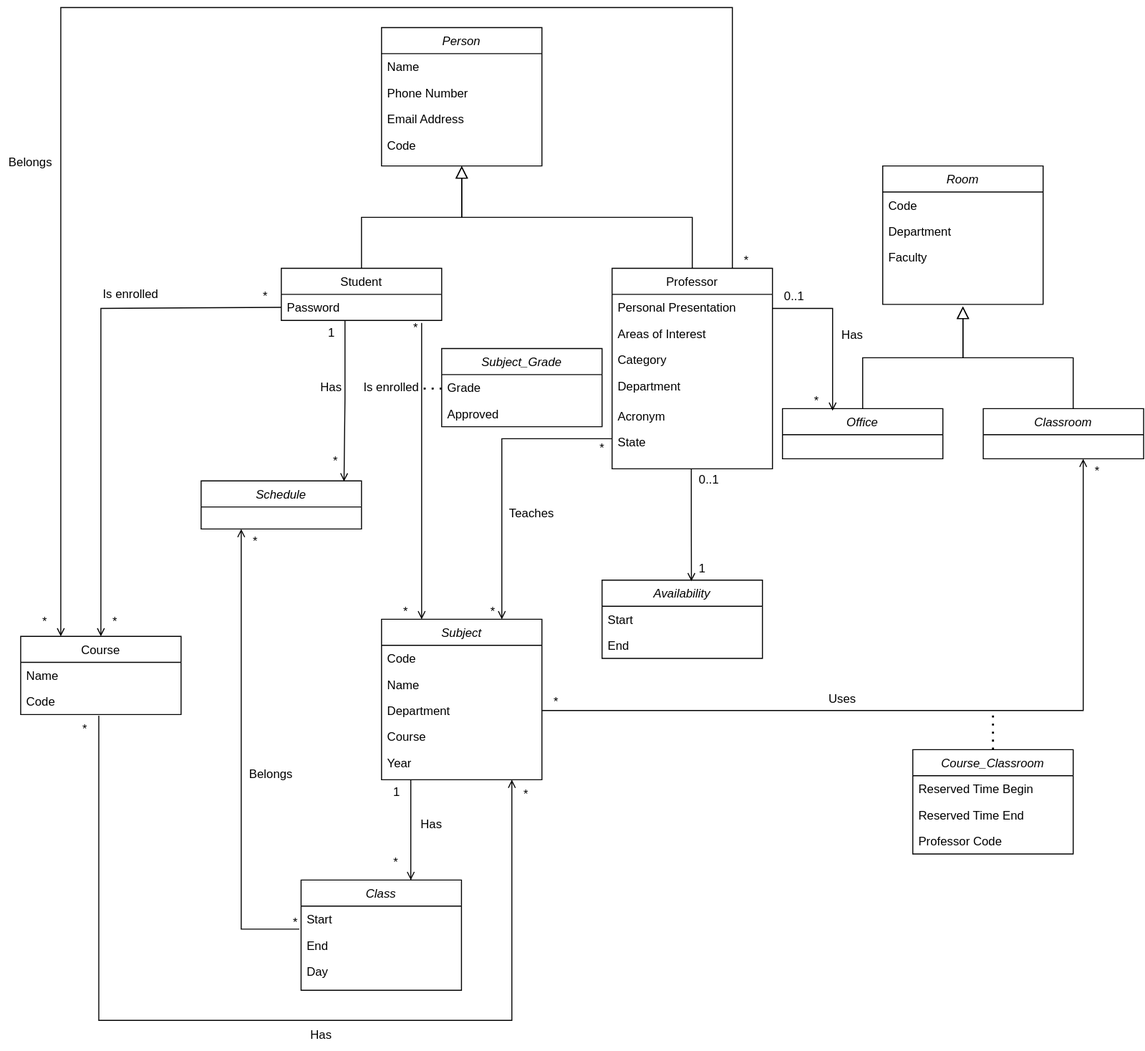
LEIC-ES-2021-22/2LEIC15T1 keeps this draw.io diagram as docs/diagrams/SigarraIO_UML.svg. Above is the earlier version. Source tidied: cells renumbered, new cells last; positions are measured from the earlier drawing's top-left corner, leaving out a move shared by most shapes.
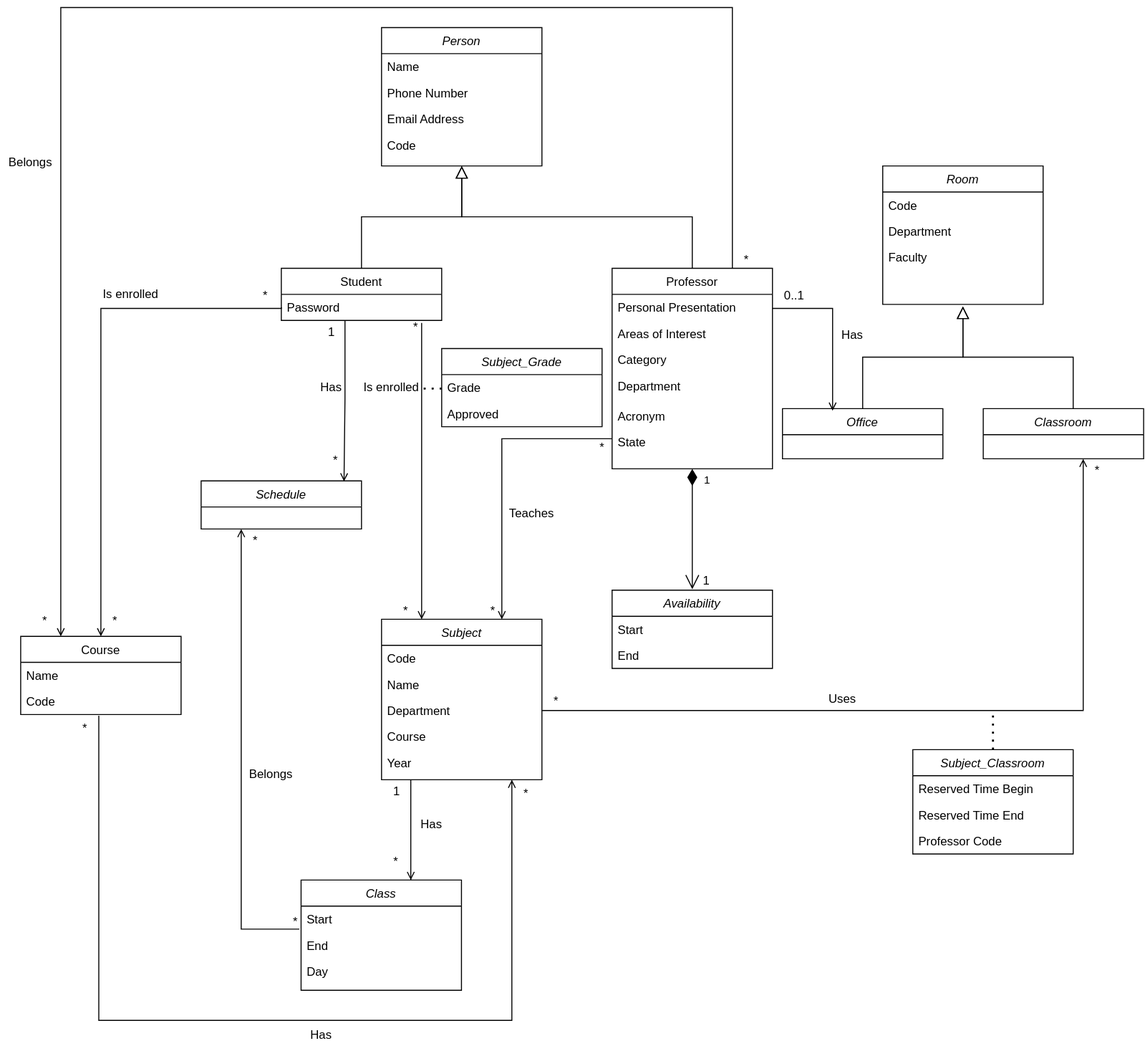
After the change.

Diff of the diagram source:
```diff
@@ -122,7 +122,7 @@
         <mxPoint x="1020" y="720" as="targetPoint" />
       </mxGeometry>
     </mxCell>
-    <mxCell id="34" value="Course_Classroom" style="swimlane;fontStyle=2;align=center;verticalAlign=top;horizontal=1;startSize=26;rounded=0;shadow=0;strokeWidth=1;glass=0;" parent="1" vertex="1">
+    <mxCell id="34" value="Subject_Classroom" style="swimlane;fontStyle=2;align=center;verticalAlign=top;horizontal=1;startSize=26;rounded=0;shadow=0;strokeWidth=1;glass=0;" parent="1" vertex="1">
       <mxGeometry x="940" y="760" width="160" height="104" as="geometry" />
     </mxCell>
     <mxCell id="35" value="Reserved Time Begin&#10;" style="text;align=left;verticalAlign=top;spacingLeft=4;spacingRight=4;overflow=hidden;" parent="34" vertex="1">
@@ -138,7 +138,7 @@
       <mxGeometry x="540" y="810" as="geometry" />
     </mxCell>
     <mxCell id="39" value="Availability" style="swimlane;fontStyle=2;align=center;verticalAlign=top;horizontal=1;startSize=26;rounded=0;shadow=0;strokeWidth=1;" parent="1" vertex="1">
-      <mxGeometry x="630" y="591" width="160" height="78" as="geometry" />
+      <mxGeometry x="640" y="601" width="160" height="78" as="geometry" />
     </mxCell>
     <mxCell id="40" value="Start " style="text;align=left;verticalAlign=top;spacingLeft=4;spacingRight=4;overflow=hidden;" parent="39" vertex="1">
       <mxGeometry y="26" width="160" height="26" as="geometry" />
@@ -146,17 +146,6 @@
     <mxCell id="41" value="End" style="text;align=left;verticalAlign=top;spacingLeft=4;spacingRight=4;overflow=hidden;" parent="39" vertex="1">
       <mxGeometry y="52" width="160" height="26" as="geometry" />
     </mxCell>
-    <mxCell id="42" style="endArrow=open;shadow=0;strokeWidth=1;rounded=0;endFill=1;edgeStyle=elbowEdgeStyle;elbow=vertical;entryX=0.557;entryY=0.013;entryDx=0;entryDy=0;entryPerimeter=0;" parent="1" edge="1" target="39">
-      <mxGeometry x="0.5" y="41" relative="1" as="geometry">
-        <mxPoint x="719" y="480" as="sourcePoint" />
-        <mxPoint x="-40" y="32" as="offset" />
-      </mxGeometry>
-    </mxCell>
-    <mxCell id="43" value="*" style="align=left;verticalAlign=bottom;labelBackgroundColor=none;fontSize=12;" parent="42" vertex="1">
-      <mxGeometry x="-1" relative="1" as="geometry">
-        <mxPoint x="121" y="-60" as="offset" />
-      </mxGeometry>
-    </mxCell>
     <mxCell id="44" value="Classroom&#10;&#10;" style="swimlane;fontStyle=2;align=center;verticalAlign=top;horizontal=1;startSize=26;rounded=0;shadow=0;strokeWidth=1;" parent="1" vertex="1">
       <mxGeometry x="1010.3" y="420" width="160" height="50" as="geometry" />
     </mxCell>
@@ -381,13 +370,8 @@
     <mxCell id="94" value="Belongs" style="text;html=1;strokeColor=none;fillColor=none;align=center;verticalAlign=middle;whiteSpace=wrap;rounded=0;" parent="1" vertex="1">
       <mxGeometry x="30" y="160" width="60" height="30" as="geometry" />
     </mxCell>
-    <mxCell id="95" value="0..1" style="align=left;verticalAlign=bottom;labelBackgroundColor=none;fontSize=12;" parent="1" vertex="1">
-      <mxGeometry x="720" y="492" as="geometry">
-        <mxPoint x="5" y="7" as="offset" />
-      </mxGeometry>
-    </mxCell>
     <mxCell id="96" value="1" style="align=left;verticalAlign=bottom;labelBackgroundColor=none;fontSize=12;" parent="1" vertex="1">
-      <mxGeometry x="720" y="580" as="geometry">
+      <mxGeometry x="724" y="593" as="geometry">
         <mxPoint x="5" y="7" as="offset" />
       </mxGeometry>
     </mxCell>
@@ -397,5 +381,13 @@
     <mxCell id="98" value="Teaches" style="text;html=1;strokeColor=none;fillColor=none;align=center;verticalAlign=middle;whiteSpace=wrap;rounded=0;" parent="1" vertex="1">
       <mxGeometry x="530" y="510" width="60" height="30" as="geometry" />
     </mxCell>
+    <mxCell id="99" value="1" style="endArrow=open;html=1;endSize=12;startArrow=diamondThin;startSize=14;startFill=1;edgeStyle=orthogonalEdgeStyle;align=left;verticalAlign=bottom;rounded=0;exitX=0.5;exitY=1;exitDx=0;exitDy=0;" parent="1" edge="1" source="10">
+      <mxGeometry x="-0.67" y="10" relative="1" as="geometry">
+        <mxPoint x="720" y="600" as="targetPoint" />
+        <Array as="points">
+          <mxPoint x="720" y="590" />
+        </Array>
+      </mxGeometry>
+    </mxCell>
   </root>
 </mxGraphModel>
```
